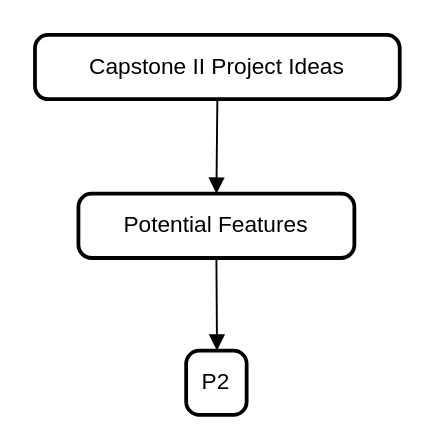
This is Untitled Diagram.drawio from pamelamauna96/DormBuddy, a draw.io file, before an edit. Source tidied: cells renumbered, new cells numbered last; positions are measured from the earlier drawing's top-left corner, leaving out a move shared by most shapes. Both pictures are drawn from the tidied source at 189%, with x=0, y=0 at pixel (34, 34).
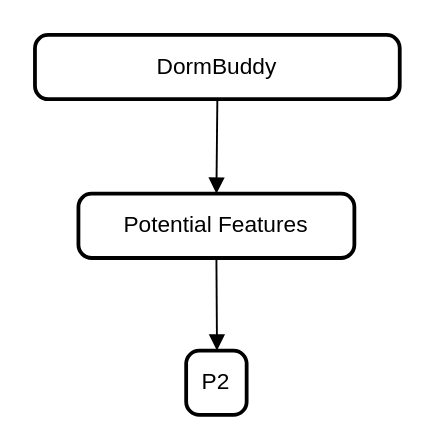
Above is the later version.

Commit message:
Update: Change title of flowchart

Diff of the diagram source:
```diff
@@
 <mxGraphModel>
   <root>
     <mxCell id="0" />
     <mxCell id="1" parent="0" />
-    <mxCell id="2" value="Capstone II Project Ideas" style="rounded=1;absoluteArcSize=1;arcSize=14;whiteSpace=wrap;strokeWidth=2;" parent="1" vertex="1">
+    <mxCell id="2" value="DormBuddy" style="rounded=1;absoluteArcSize=1;arcSize=14;whiteSpace=wrap;strokeWidth=2;" parent="1" vertex="1">
       <mxGeometry width="193" height="34" as="geometry" />
     </mxCell>
     <mxCell id="3" value="Potential Features" style="rounded=1;absoluteArcSize=1;arcSize=14;whiteSpace=wrap;strokeWidth=2;" parent="1" vertex="1">
       <mxGeometry x="23" y="84" width="146" height="34" as="geometry" />
     </mxCell>
     <mxCell id="4" value="P2" style="rounded=1;absoluteArcSize=1;arcSize=14;whiteSpace=wrap;strokeWidth=2;" parent="1" vertex="1">
       <mxGeometry x="80" y="167" width="32" height="34" as="geometry" />
     </mxCell>
     <mxCell id="5" style="curved=1;startArrow=none;endArrow=block;exitX=0.5;exitY=0.99;entryX=0.5;entryY=-0.01;" parent="1" edge="1" source="2" target="3">
       <mxGeometry relative="1" as="geometry" />
     </mxCell>
     <mxCell id="6" style="curved=1;startArrow=none;endArrow=block;exitX=0.5;exitY=0.97;entryX=0.51;entryY=0;" parent="1" edge="1" source="3" target="4">
       <mxGeometry relative="1" as="geometry" />
     </mxCell>
   </root>
 </mxGraphModel>
```
